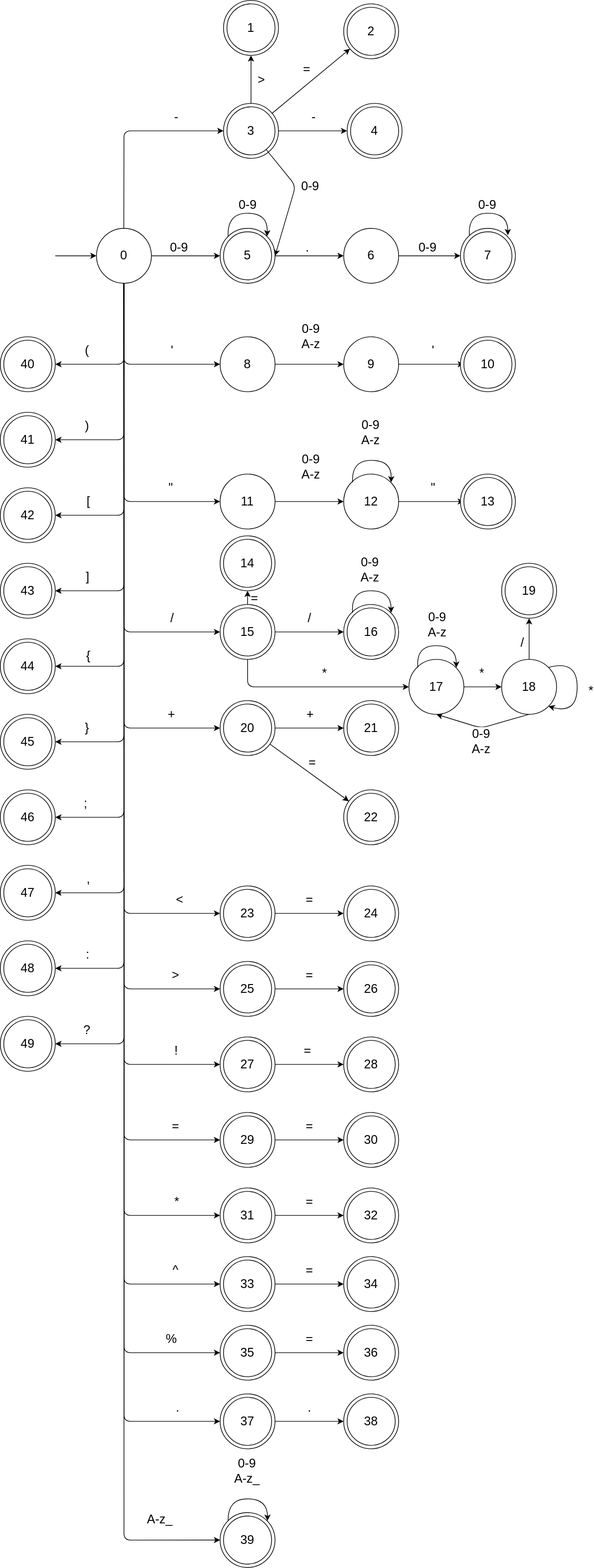
Earlier version of the draw.io export automato.drawio.svg (eduardo-marca/Projeto-Compiladores). Source tidied: cells renumbered, new cells last; positions are measured from the earlier drawing's top-left corner, leaving out a move shared by most shapes.
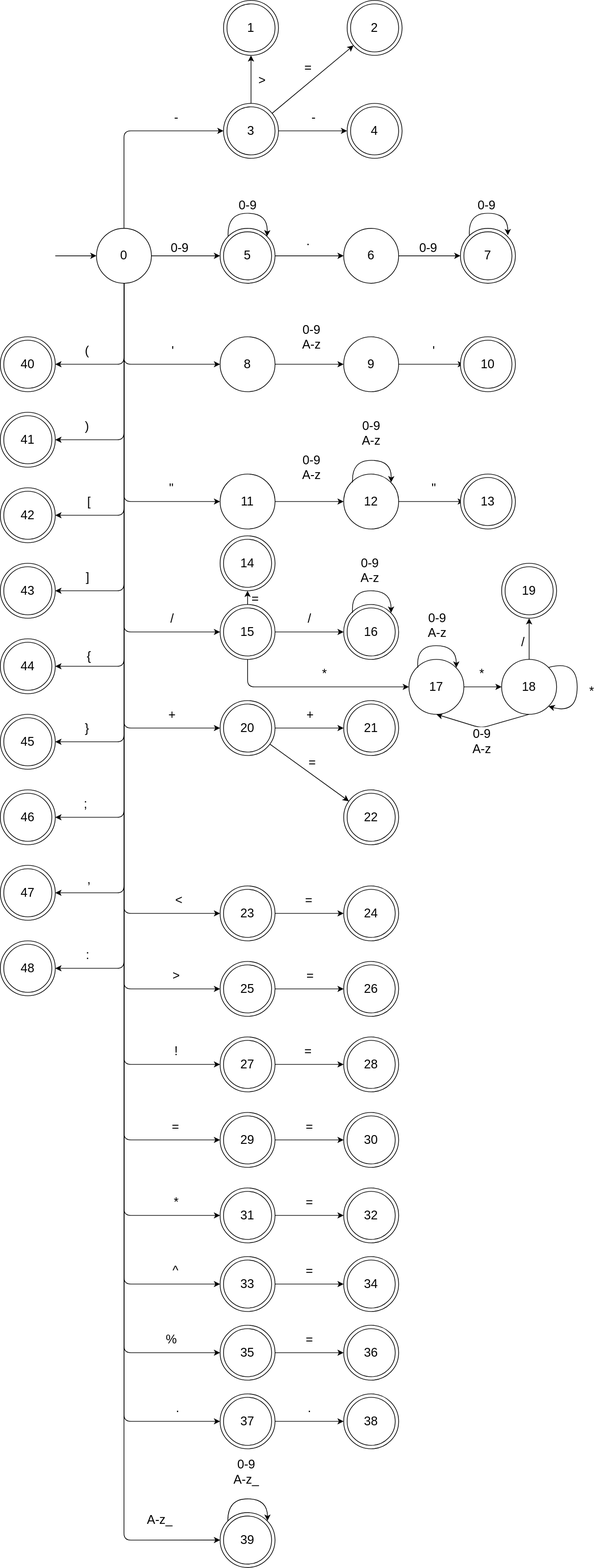
Later version of the same file.

Change to the diagram source:
```diff
@@ -286,18 +286,6 @@
         <mxPoint y="-17" as="offset" />
       </mxGeometry>
     </mxCell>
-    <mxCell id="50" style="edgeStyle=none;html=1;entryX=1;entryY=0.5;entryDx=0;entryDy=0;fontSize=18;" parent="1" edge="1" source="52" target="187">
-      <mxGeometry relative="1" as="geometry">
-        <Array as="points">
-          <mxPoint x="180" y="1520" />
-        </Array>
-      </mxGeometry>
-    </mxCell>
-    <mxCell id="51" value="?" style="edgeLabel;html=1;align=center;verticalAlign=middle;fontSize=18;" parent="50" vertex="1">
-      <mxGeometry x="0.92" y="-2" relative="1" as="geometry">
-        <mxPoint y="-18" as="offset" />
-      </mxGeometry>
-    </mxCell>
     <mxCell id="52" value="0" style="ellipse;whiteSpace=wrap;html=1;fontSize=18;" parent="1" vertex="1">
       <mxGeometry x="140" y="332" width="80" height="80" as="geometry" />
     </mxCell>
@@ -306,7 +294,7 @@
     </mxCell>
     <mxCell id="54" value="." style="edgeLabel;html=1;align=center;verticalAlign=middle;fontSize=18;" parent="53" vertex="1">
       <mxGeometry x="-0.06" y="-2" relative="1" as="geometry">
-        <mxPoint y="-14" as="offset" />
+        <mxPoint y="-24" as="offset" />
       </mxGeometry>
     </mxCell>
     <mxCell id="55" style="ellipse;whiteSpace=wrap;html=1;fontSize=18;" parent="1" vertex="1">
@@ -643,18 +631,6 @@
     <mxCell id="138" style="ellipse;whiteSpace=wrap;html=1;fontSize=18;" parent="1" vertex="1">
       <mxGeometry x="325" y="150" width="80" height="80" as="geometry" />
     </mxCell>
-    <mxCell id="139" style="edgeStyle=none;html=1;entryX=1;entryY=0.5;entryDx=0;entryDy=0;fontSize=18;" parent="1" edge="1" source="141" target="55">
-      <mxGeometry relative="1" as="geometry">
-        <Array as="points">
-          <mxPoint x="430" y="270" />
-        </Array>
-      </mxGeometry>
-    </mxCell>
-    <mxCell id="140" value="0-9" style="edgeLabel;html=1;align=center;verticalAlign=middle;fontSize=18;" parent="139" vertex="1">
-      <mxGeometry x="0.02" y="-1" relative="1" as="geometry">
-        <mxPoint x="27" y="-19" as="offset" />
-      </mxGeometry>
-    </mxCell>
     <mxCell id="141" value="3" style="ellipse;whiteSpace=wrap;html=1;fontSize=18;" parent="1" vertex="1">
       <mxGeometry x="330" y="155" width="70" height="70" as="geometry" />
     </mxCell>
@@ -679,10 +655,10 @@
       <mxGeometry x="325" y="1515" width="70" height="70" as="geometry" />
     </mxCell>
     <mxCell id="148" style="ellipse;whiteSpace=wrap;html=1;fontSize=18;" parent="1" vertex="1">
-      <mxGeometry x="500" y="5" width="80" height="80" as="geometry" />
+      <mxGeometry x="505" width="80" height="80" as="geometry" />
     </mxCell>
     <mxCell id="149" value="2" style="ellipse;whiteSpace=wrap;html=1;fontSize=18;" parent="1" vertex="1">
-      <mxGeometry x="505" y="10" width="70" height="70" as="geometry" />
+      <mxGeometry x="510" y="5" width="70" height="70" as="geometry" />
     </mxCell>
     <mxCell id="150" style="ellipse;whiteSpace=wrap;html=1;fontSize=18;" parent="1" vertex="1">
       <mxGeometry x="500" y="1150" width="80" height="80" as="geometry" />
@@ -803,9 +779,6 @@
     <mxCell id="186" style="ellipse;whiteSpace=wrap;html=1;fontSize=18;" parent="1" vertex="1">
       <mxGeometry y="1370" width="80" height="80" as="geometry" />
     </mxCell>
-    <mxCell id="187" style="ellipse;whiteSpace=wrap;html=1;fontSize=18;" parent="1" vertex="1">
-      <mxGeometry y="1480" width="80" height="80" as="geometry" />
-    </mxCell>
     <mxCell id="188" value="40" style="ellipse;whiteSpace=wrap;html=1;fontSize=18;" parent="1" vertex="1">
       <mxGeometry x="5" y="495" width="70" height="70" as="geometry" />
     </mxCell>
@@ -833,9 +806,6 @@
     <mxCell id="196" value="48" style="ellipse;whiteSpace=wrap;html=1;fontSize=18;" parent="1" vertex="1">
       <mxGeometry x="5" y="1375" width="70" height="70" as="geometry" />
     </mxCell>
-    <mxCell id="197" value="49" style="ellipse;whiteSpace=wrap;html=1;fontSize=18;" parent="1" vertex="1">
-      <mxGeometry x="5" y="1485" width="70" height="70" as="geometry" />
-    </mxCell>
     <mxCell id="198" style="edgeStyle=none;html=1;fontSize=18;" parent="1" edge="1" source="202" target="203">
       <mxGeometry relative="1" as="geometry" />
     </mxCell>
```
